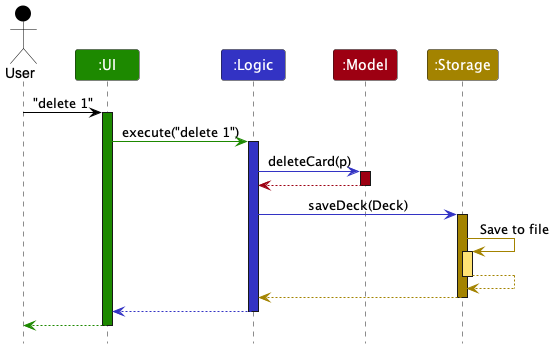
nus-cs2103-AY2324S1/tp keeps this PlantUML diagram as docs/images/ArchitectureSequenceDiagram.png. Above is the earlier version.
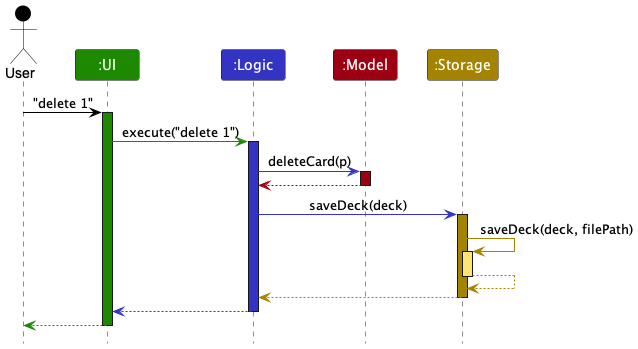
Above is the later version.

Change to the diagram source:
```diff
@@ -20,10 +20,10 @@
 model -[MODEL_COLOR]-> logic
 deactivate model
 
-logic -[LOGIC_COLOR]> storage : saveDeck(Deck)
+logic -[LOGIC_COLOR]> storage : saveDeck(deck)
 activate storage STORAGE_COLOR
 
-storage -[STORAGE_COLOR]> storage : Save to file
+storage -[STORAGE_COLOR]> storage : saveDeck(deck, filePath)
 activate storage STORAGE_COLOR_T1
 storage --[STORAGE_COLOR]> storage
 deactivate storage
```
